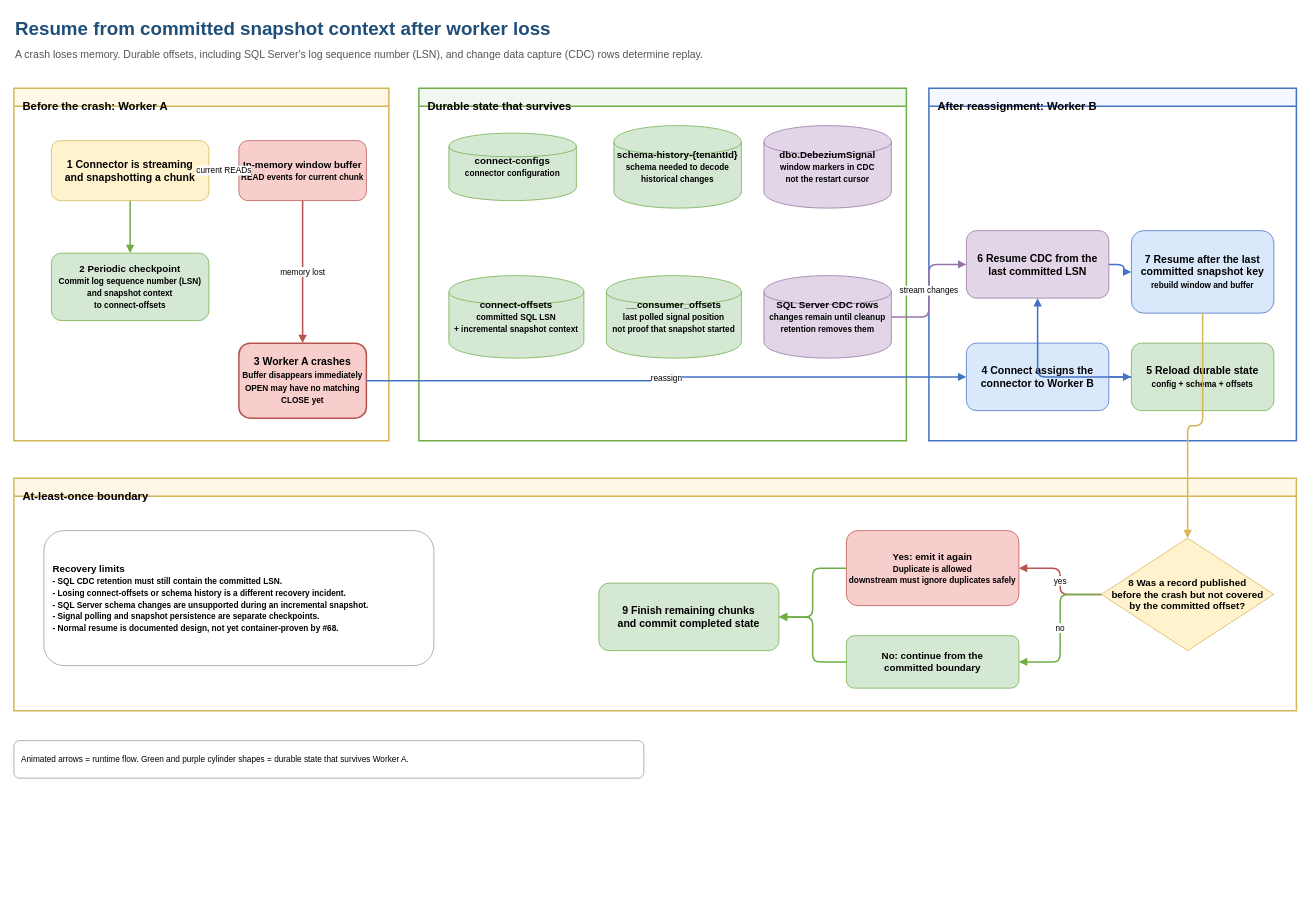
This is docs/diagrams/incremental-snapshot-recovery.drawio from collaborationwithothers/cdc-platform-azure, a draw.io file, before an edit. Source tidied: cells renumbered, new cells numbered last; positions are measured from the earlier drawing's top-left corner, leaving out a move shared by most shapes. Both pictures are drawn from the tidied source at 75%, with x=0, y=0 at pixel (14, 13).
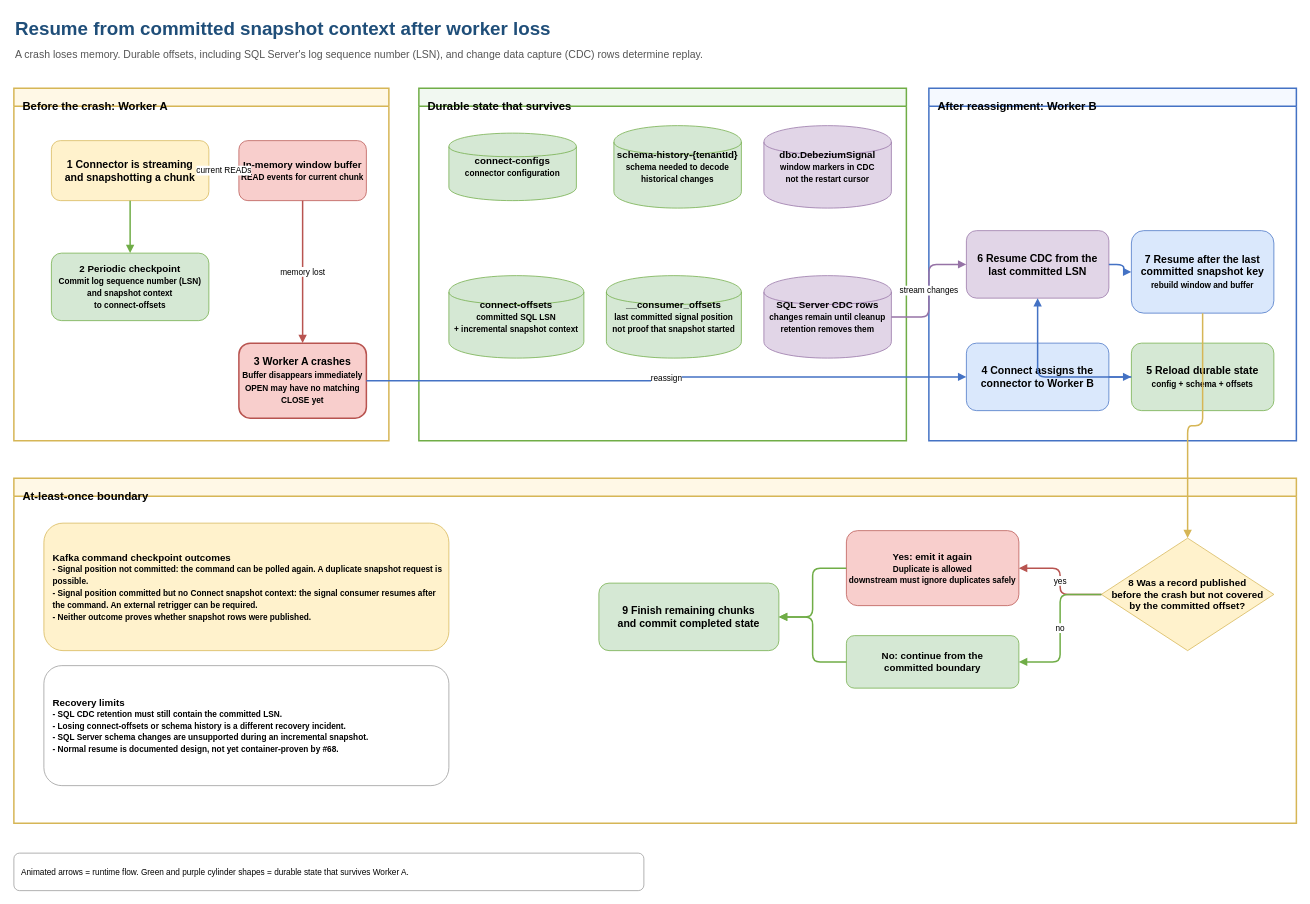
The same page after the edit.

Commit message (it also covers changes not shown here):
docs(diagrams): make snapshot renders reproducible (#68)

The change refers to these unchanged cells:
```xml
<mxCell id="5" value="Durable state that survives" style="swimlane;startSize=24;whiteSpace=wrap;html=1;fillColor=#f1f8f1;strokeColor=#70ad47;strokeWidth=2;verticalAlign=top;align=left;spacingLeft=10;spacingTop=8;fontSize=15;fontStyle=1;" parent="1" vertex="1">
  <mxGeometry x="540" y="100" width="650" height="470" as="geometry" />
</mxCell>
```

What changed in the source:
```diff
@@
-    <mxCell id="15" value="__consumer_offsets&lt;br&gt;&lt;font style=&quot;font-size:11px&quot;&gt;last polled signal position&lt;br&gt;not proof that snapshot started&lt;/font&gt;" style="shape=cylinder;whiteSpace=wrap;html=1;fillColor=#d5e8d4;strokeColor=#70ad47;fontSize=13;fontStyle=1;" parent="5" vertex="1">
+    <mxCell id="15" value="__consumer_offsets&lt;br&gt;&lt;font style=&quot;font-size:11px&quot;&gt;last committed signal position&lt;br&gt;not proof that snapshot started&lt;/font&gt;" style="shape=cylinder;whiteSpace=wrap;html=1;fillColor=#d5e8d4;strokeColor=#70ad47;fontSize=13;fontStyle=1;" parent="5" vertex="1">
       <mxGeometry x="250" y="250" width="180" height="110" as="geometry" />
     </mxCell>
@@
     <mxCell id="21" value="At-least-once boundary" style="swimlane;startSize=24;whiteSpace=wrap;html=1;fillColor=#fff8e6;strokeColor=#d6b656;strokeWidth=2;verticalAlign=top;align=left;spacingLeft=10;spacingTop=8;fontSize=15;fontStyle=1;" parent="1" vertex="1">
-      <mxGeometry y="620" width="1710" height="310" as="geometry" />
+      <mxGeometry y="620" width="1710" height="460" as="geometry" />
     </mxCell>
@@
+    <mxCell id="41" value="Kafka command checkpoint outcomes&lt;br&gt;&lt;font style=&quot;font-size:11px&quot;&gt;- Signal position not committed: the command can be polled again. A duplicate snapshot request is possible.&lt;br&gt;- Signal position committed but no Connect snapshot context: the signal consumer resumes after the command. An external retrigger can be required.&lt;br&gt;- Neither outcome proves whether snapshot rows were published.&lt;/font&gt;" style="rounded=1;whiteSpace=wrap;html=1;fillColor=#fff2cc;strokeColor=#d6b656;fontSize=13;fontStyle=1;align=left;spacingLeft=10;" parent="21" vertex="1">
+      <mxGeometry x="40" y="60" width="540" height="170" as="geometry" />
+    </mxCell>
-    <mxCell id="26" value="Recovery limits&lt;br&gt;&lt;font style=&quot;font-size:11px&quot;&gt;- SQL CDC retention must still contain the committed LSN.&lt;br&gt;- Losing connect-offsets or schema history is a different recovery incident.&lt;br&gt;- SQL Server schema changes are unsupported during an incremental snapshot.&lt;br&gt;- Signal polling and snapshot persistence are separate checkpoints.&lt;br&gt;- Normal resume is documented design, not yet container-proven by #68.&lt;/font&gt;" style="rounded=1;whiteSpace=wrap;html=1;fillColor=#ffffff;strokeColor=#999999;fontSize=13;fontStyle=1;align=left;spacingLeft=10;" parent="21" vertex="1">
-      <mxGeometry x="40" y="70" width="520" height="180" as="geometry" />
+    <mxCell id="26" value="Recovery limits&lt;br&gt;&lt;font style=&quot;font-size:11px&quot;&gt;- SQL CDC retention must still contain the committed LSN.&lt;br&gt;- Losing connect-offsets or schema history is a different recovery incident.&lt;br&gt;- SQL Server schema changes are unsupported during an incremental snapshot.&lt;br&gt;- Normal resume is documented design, not yet container-proven by #68.&lt;/font&gt;" style="rounded=1;whiteSpace=wrap;html=1;fillColor=#ffffff;strokeColor=#999999;fontSize=13;fontStyle=1;align=left;spacingLeft=10;" parent="21" vertex="1">
+      <mxGeometry x="40" y="250" width="540" height="160" as="geometry" />
     </mxCell>
@@
     <mxCell id="40" value="Animated arrows = runtime flow. Green and purple cylinder shapes = durable state that survives Worker A." style="rounded=1;whiteSpace=wrap;html=1;fillColor=#ffffff;strokeColor=#999999;fontSize=11;align=left;spacingLeft=8;" parent="1" vertex="1">
-      <mxGeometry y="970" width="840" height="50" as="geometry" />
+      <mxGeometry y="1120" width="840" height="50" as="geometry" />
     </mxCell>
```
